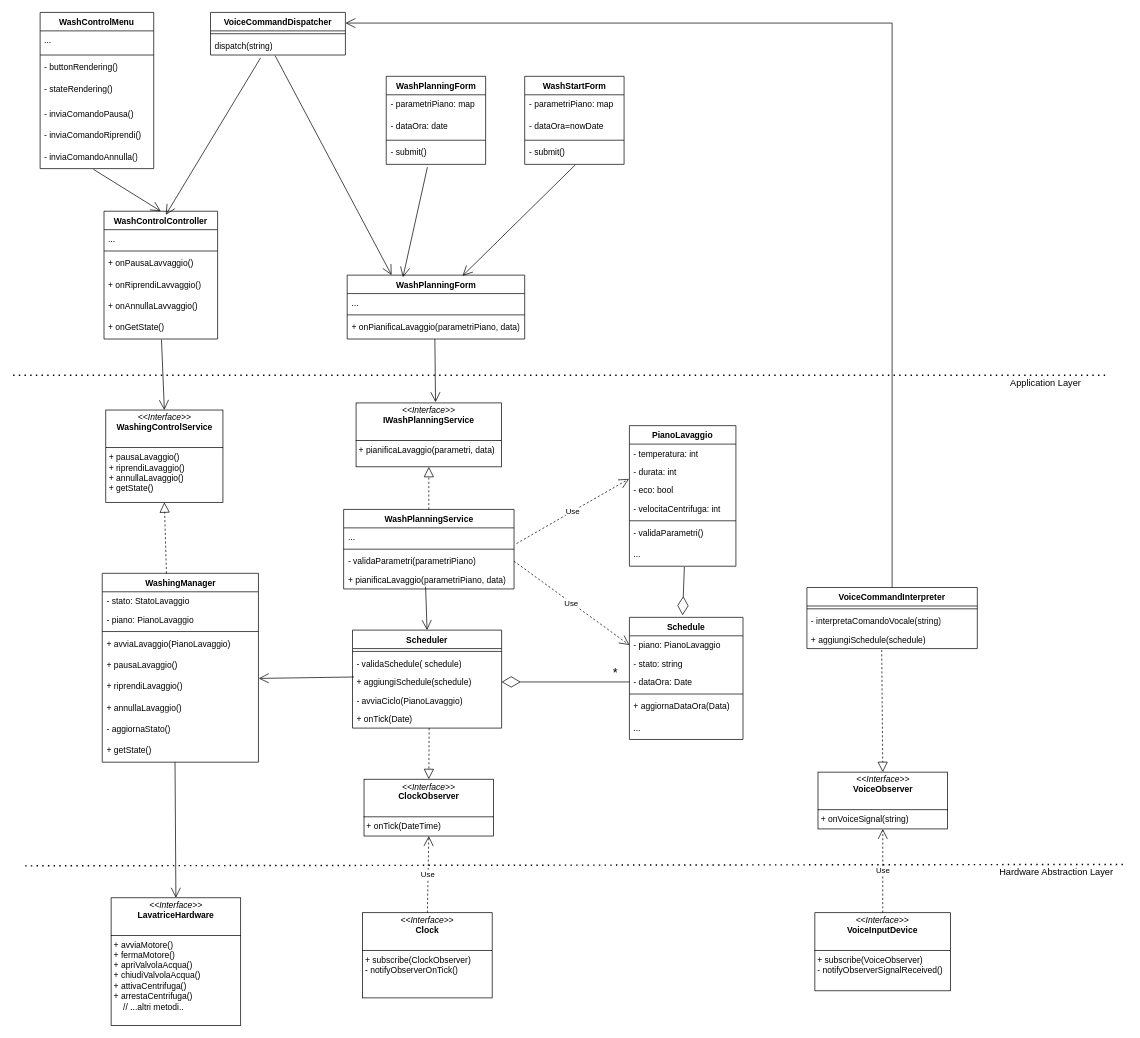
This is content/class.drawio from uni-aca100/ing-proj, a draw.io file, before an edit. Source tidied: cells renumbered, new cells numbered last; positions are measured from the earlier drawing's top-left corner, leaving out a move shared by most shapes. Both pictures are drawn from the tidied source at 71%, with x=0, y=0 at pixel (13, 12).
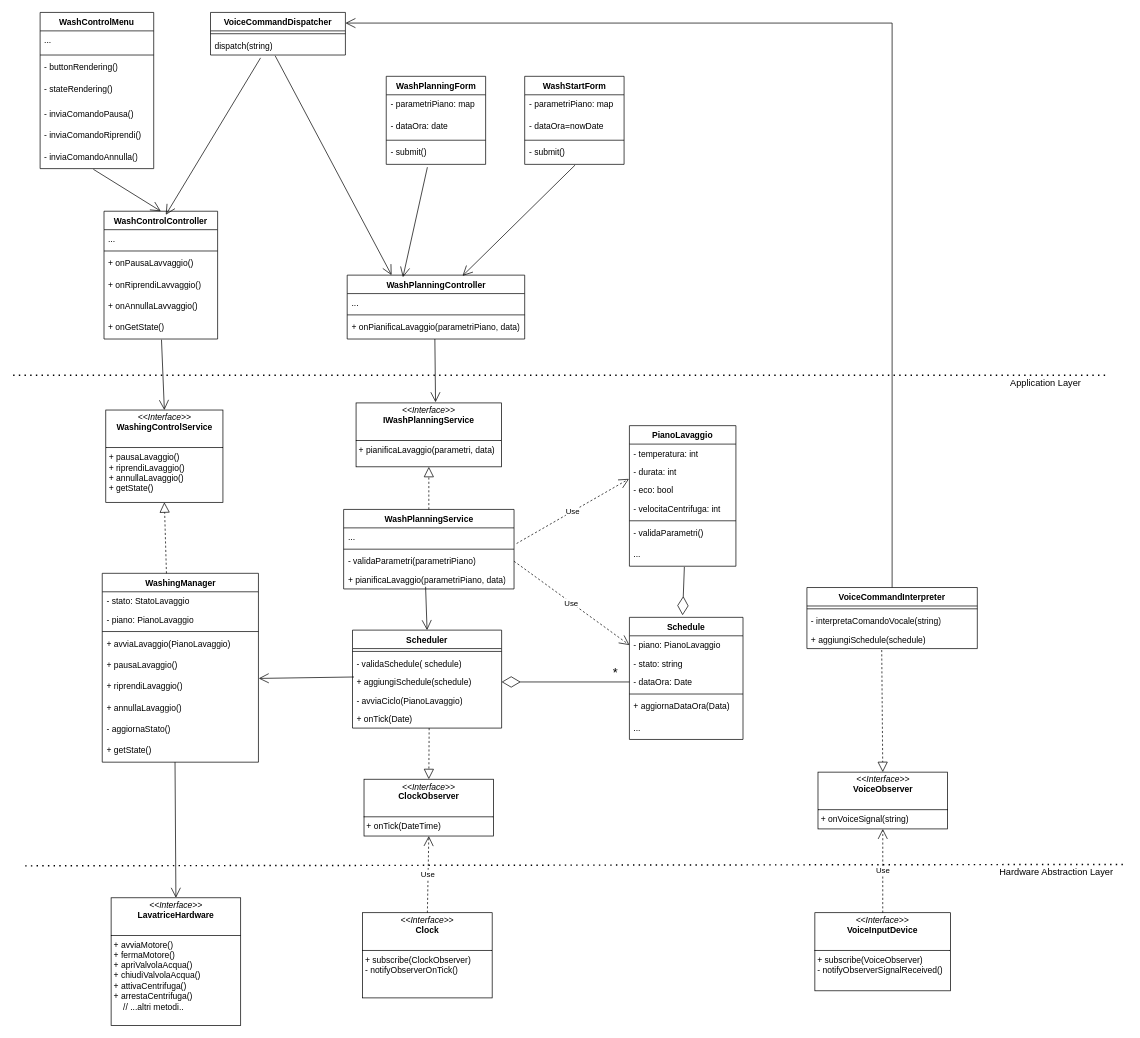
The same diagram, later.

Commit message:
fix name method

What changed in the source:
```diff
@@
-    <mxCell id="7" value="WashPlanningForm" style="swimlane;fontStyle=1;align=center;verticalAlign=top;horizontal=1;startSize=26;whiteSpace=wrap;html=1;" parent="1" vertex="1">
+    <mxCell id="7" value="WashPlanningController" style="swimlane;fontStyle=1;align=center;verticalAlign=top;horizontal=1;startSize=26;whiteSpace=wrap;html=1;" parent="1" vertex="1">
       <mxGeometry x="470.5" y="370" width="250" height="90" as="geometry" />
     </mxCell>
```
